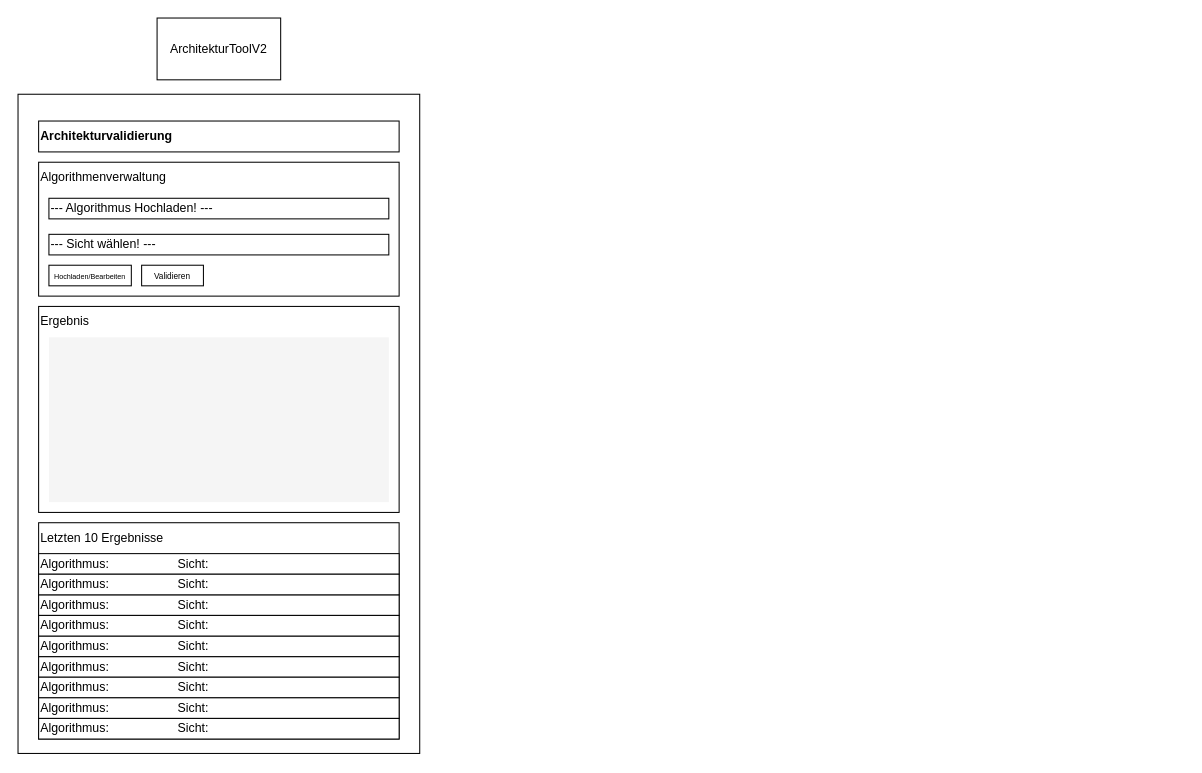
The draw.io diagram Unbenanntes Diagramm.drawio in rrasaratnam/Thesis, before the edit. Source tidied: cells renumbered, new cells numbered last; positions are measured from the earlier drawing's top-left corner, leaving out a move shared by most shapes. Both pictures are drawn from the tidied source at 103%, with x=0, y=0 at pixel (18, 18).
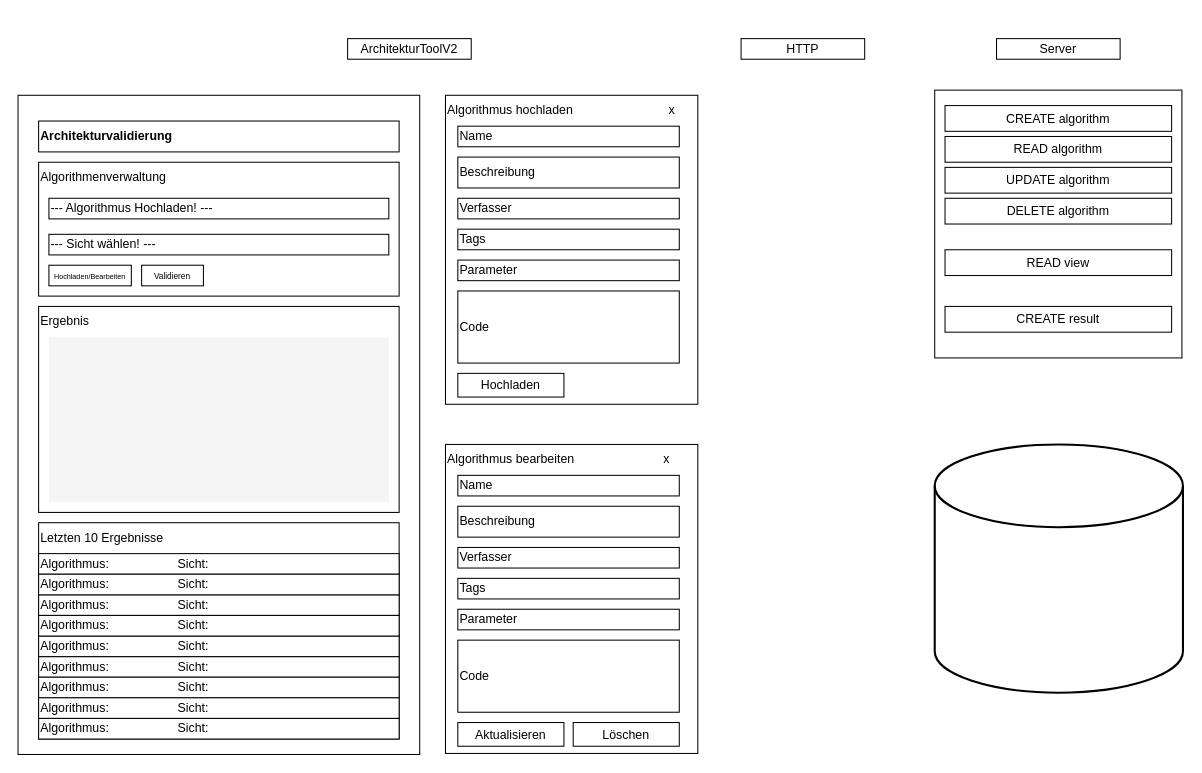
Above is the later version.

Commit message:
Graph um server und UML erweitert

The edit, as a diff of the source:
```diff
@@
+    <mxCell id="25" value="HTTP" style="rounded=0;whiteSpace=wrap;html=1;" parent="1" vertex="1">
+      <mxGeometry x="702" y="20" width="120" height="20" as="geometry" />
+    </mxCell>
+    <mxCell id="26" value="Server" style="rounded=0;whiteSpace=wrap;html=1;" parent="1" vertex="1">
+      <mxGeometry x="950" y="20" width="120" height="20" as="geometry" />
+    </mxCell>
     <mxCell id="2" value="ArchitekturToolV2" style="rounded=0;whiteSpace=wrap;html=1;" parent="1" vertex="1">
-      <mxGeometry x="135" width="120" height="60" as="geometry" />
+      <mxGeometry x="320" y="20" width="120" height="20" as="geometry" />
     </mxCell>
     <mxCell id="3" style="rounded=0;whiteSpace=wrap;html=1;" parent="1" vertex="1">
-      <mxGeometry y="74" width="390" height="640" as="geometry" />
+      <mxGeometry y="75" width="390" height="640" as="geometry" />
     </mxCell>
@@
+    <mxCell id="27" style="rounded=0;whiteSpace=wrap;html=1;" parent="1" vertex="1">
+      <mxGeometry x="415" y="75" width="245" height="300" as="geometry" />
+    </mxCell>
+    <mxCell id="28" value="Algorithmus hochladen" style="text;html=1;align=left;verticalAlign=middle;whiteSpace=wrap;rounded=0;" parent="1" vertex="1">
+      <mxGeometry x="415" y="75" width="140" height="30" as="geometry" />
+    </mxCell>
+    <mxCell id="29" value="Name" style="rounded=0;whiteSpace=wrap;html=1;align=left;" parent="1" vertex="1">
+      <mxGeometry x="427" y="105" width="215" height="20" as="geometry" />
+    </mxCell>
+    <mxCell id="30" style="rounded=0;whiteSpace=wrap;html=1;align=left;" parent="1" vertex="1">
+      <mxGeometry x="427" y="135" width="215" height="30" as="geometry" />
+    </mxCell>
+    <mxCell id="31" value="Beschreibung" style="text;html=1;align=left;verticalAlign=middle;whiteSpace=wrap;rounded=0;" parent="1" vertex="1">
+      <mxGeometry x="427" y="135" width="60" height="30" as="geometry" />
+    </mxCell>
+    <mxCell id="32" value="Verfasser" style="rounded=0;whiteSpace=wrap;html=1;align=left;" parent="1" vertex="1">
+      <mxGeometry x="427" y="175" width="215" height="20" as="geometry" />
+    </mxCell>
+    <mxCell id="33" value="Tags" style="rounded=0;whiteSpace=wrap;html=1;align=left;" parent="1" vertex="1">
+      <mxGeometry x="427" y="205" width="215" height="20" as="geometry" />
+    </mxCell>
+    <mxCell id="34" value="Parameter" style="rounded=0;whiteSpace=wrap;html=1;align=left;" parent="1" vertex="1">
+      <mxGeometry x="427" y="235" width="215" height="20" as="geometry" />
+    </mxCell>
+    <mxCell id="35" value="Code" style="rounded=0;whiteSpace=wrap;html=1;align=left;" parent="1" vertex="1">
+      <mxGeometry x="427" y="265" width="215" height="70" as="geometry" />
+    </mxCell>
+    <mxCell id="36" value="Hochladen" style="rounded=0;whiteSpace=wrap;html=1;" parent="1" vertex="1">
+      <mxGeometry x="427" y="345" width="103" height="23" as="geometry" />
+    </mxCell>
+    <mxCell id="37" value="x" style="text;html=1;align=center;verticalAlign=middle;whiteSpace=wrap;rounded=0;" parent="1" vertex="1">
+      <mxGeometry x="605" y="75" width="60" height="30" as="geometry" />
+    </mxCell>
+    <mxCell id="38" style="rounded=0;whiteSpace=wrap;html=1;" parent="1" vertex="1">
+      <mxGeometry x="415" y="414" width="245" height="300" as="geometry" />
+    </mxCell>
+    <mxCell id="39" value="Algorithmus bearbeiten" style="text;html=1;align=left;verticalAlign=middle;whiteSpace=wrap;rounded=0;" parent="1" vertex="1">
+      <mxGeometry x="415" y="414" width="140" height="30" as="geometry" />
+    </mxCell>
+    <mxCell id="40" value="Name" style="rounded=0;whiteSpace=wrap;html=1;align=left;" parent="1" vertex="1">
+      <mxGeometry x="427" y="444" width="215" height="20" as="geometry" />
+    </mxCell>
+    <mxCell id="41" style="rounded=0;whiteSpace=wrap;html=1;align=left;" parent="1" vertex="1">
+      <mxGeometry x="427" y="474" width="215" height="30" as="geometry" />
+    </mxCell>
+    <mxCell id="42" value="Beschreibung" style="text;html=1;align=left;verticalAlign=middle;whiteSpace=wrap;rounded=0;" parent="1" vertex="1">
+      <mxGeometry x="427" y="474" width="60" height="30" as="geometry" />
+    </mxCell>
+    <mxCell id="43" value="Verfasser" style="rounded=0;whiteSpace=wrap;html=1;align=left;" parent="1" vertex="1">
+      <mxGeometry x="427" y="514" width="215" height="20" as="geometry" />
+    </mxCell>
+    <mxCell id="44" value="Tags" style="rounded=0;whiteSpace=wrap;html=1;align=left;" parent="1" vertex="1">
+      <mxGeometry x="427" y="544" width="215" height="20" as="geometry" />
+    </mxCell>
+    <mxCell id="45" value="Parameter" style="rounded=0;whiteSpace=wrap;html=1;align=left;" parent="1" vertex="1">
+      <mxGeometry x="427" y="574" width="215" height="20" as="geometry" />
+    </mxCell>
+    <mxCell id="46" value="Code" style="rounded=0;whiteSpace=wrap;html=1;align=left;" parent="1" vertex="1">
+      <mxGeometry x="427" y="604" width="215" height="70" as="geometry" />
+    </mxCell>
+    <mxCell id="47" value="Aktualisieren" style="rounded=0;whiteSpace=wrap;html=1;" parent="1" vertex="1">
+      <mxGeometry x="427" y="684" width="103" height="23" as="geometry" />
+    </mxCell>
+    <mxCell id="48" value="Löschen" style="rounded=0;whiteSpace=wrap;html=1;" parent="1" vertex="1">
+      <mxGeometry x="539" y="684" width="103" height="23" as="geometry" />
+    </mxCell>
+    <mxCell id="49" value="x" style="text;html=1;align=center;verticalAlign=middle;whiteSpace=wrap;rounded=0;" parent="1" vertex="1">
+      <mxGeometry x="600" y="414" width="60" height="30" as="geometry" />
+    </mxCell>
+    <mxCell id="50" style="rounded=0;whiteSpace=wrap;html=1;" parent="1" vertex="1">
+      <mxGeometry x="890" y="70" width="240" height="260" as="geometry" />
+    </mxCell>
+    <mxCell id="51" value="CREATE algorithm" style="rounded=0;whiteSpace=wrap;html=1;" parent="1" vertex="1">
+      <mxGeometry x="900" y="85" width="220" height="25" as="geometry" />
+    </mxCell>
+    <mxCell id="52" value="UPDATE algorithm" style="rounded=0;whiteSpace=wrap;html=1;" parent="1" vertex="1">
+      <mxGeometry x="900" y="145" width="220" height="25" as="geometry" />
+    </mxCell>
+    <mxCell id="53" value="READ algorithm" style="rounded=0;whiteSpace=wrap;html=1;" parent="1" vertex="1">
+      <mxGeometry x="900" y="115" width="220" height="25" as="geometry" />
+    </mxCell>
+    <mxCell id="54" value="DELETE algorithm" style="rounded=0;whiteSpace=wrap;html=1;" parent="1" vertex="1">
+      <mxGeometry x="900" y="175" width="220" height="25" as="geometry" />
+    </mxCell>
+    <mxCell id="55" value="CREATE result" style="rounded=0;whiteSpace=wrap;html=1;" parent="1" vertex="1">
+      <mxGeometry x="900" y="280" width="220" height="25" as="geometry" />
+    </mxCell>
+    <mxCell id="56" value="READ view" style="rounded=0;whiteSpace=wrap;html=1;" parent="1" vertex="1">
+      <mxGeometry x="900" y="225" width="220" height="25" as="geometry" />
+    </mxCell>
+    <mxCell id="57" style="strokeWidth=2;html=1;shape=mxgraph.flowchart.database;whiteSpace=wrap;" parent="1" vertex="1">
+      <mxGeometry x="890" y="414" width="241" height="241" as="geometry" />
+    </mxCell>
```
